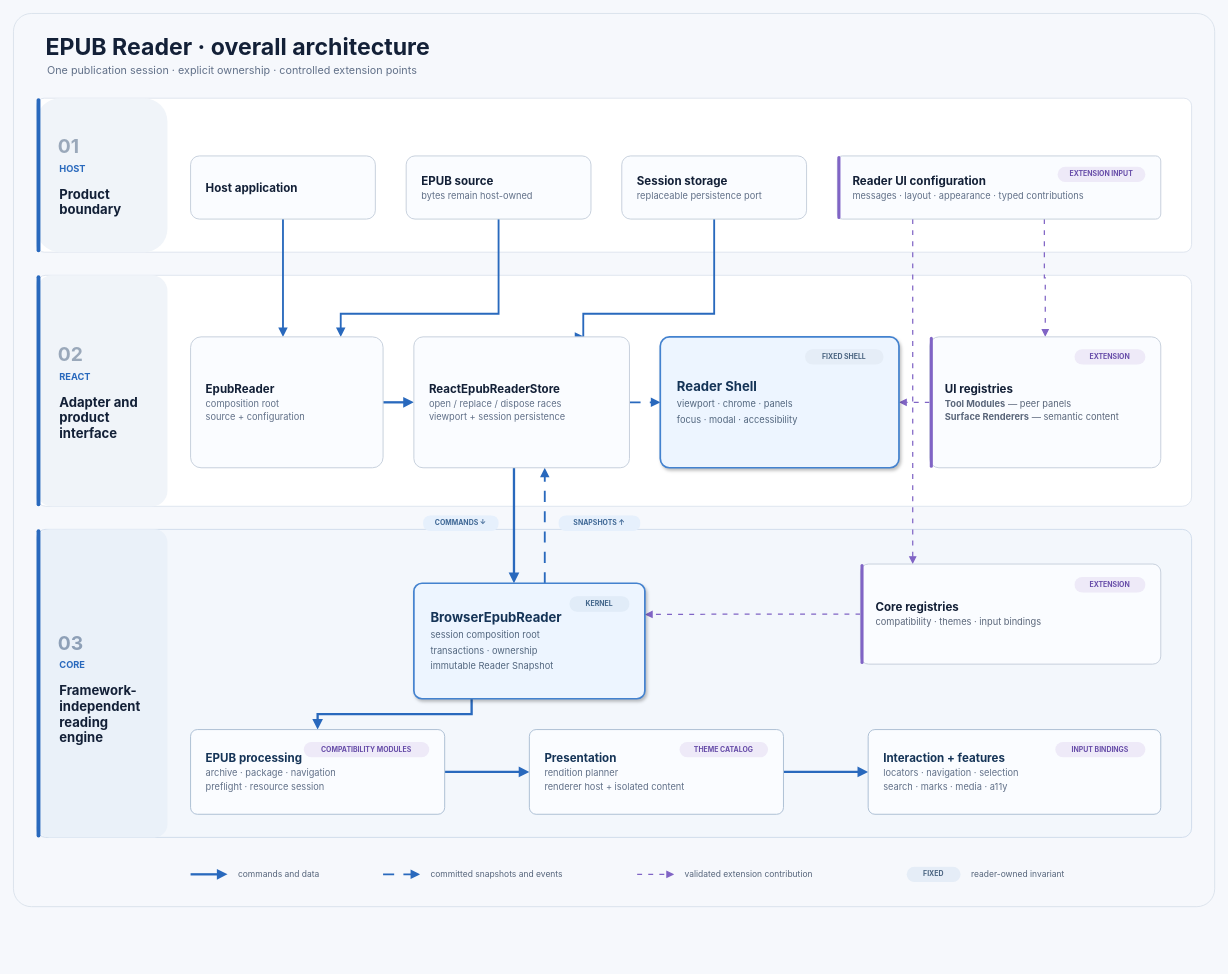
Earlier version of the draw.io diagram src/library/data-display/epub-reader/docs/diagrams/architecture-overview.drawio (Kobayashi2003/component). Source tidied: cells renumbered, new cells numbered last; positions are measured from the earlier drawing's top-left corner, leaving out a move shared by most shapes. Both pictures are drawn from the tidied source at 77%, with x=0, y=0 at pixel (13, 13).
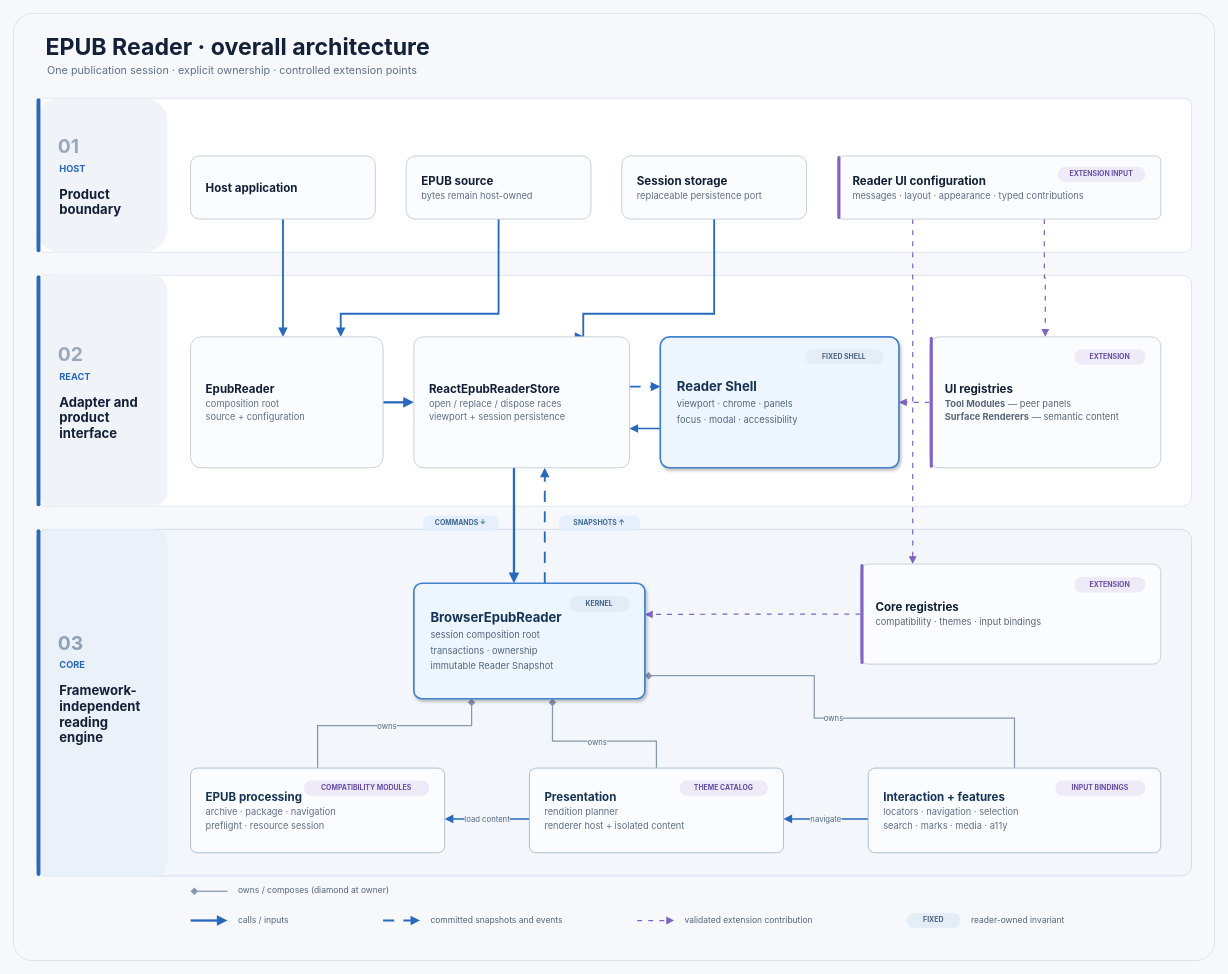
After the change.

Unchanged cells that the change refers to:
```xml
<mxCell id="44" value="&lt;div&gt;&lt;b&gt;ReactEpubReaderStore&lt;/b&gt;&lt;br&gt;&lt;font color=&quot;#617088&quot; style=&quot;font-size:12px&quot;&gt;open / replace / dispose races&lt;br&gt;viewport + session persistence&lt;/font&gt;&lt;/div&gt;" style="rounded=1;whiteSpace=wrap;html=1;arcSize=7;fillColor=#FAFCFF;strokeColor=#C4CEDB;strokeWidth=1.2;align=left;verticalAlign=middle;spacingLeft=18;fontFamily=Inter;fontSize=15;fontColor=#132037;" parent="1" vertex="1">
  <mxGeometry x="520" y="420" width="280" height="170" as="geometry" />
</mxCell>
<mxCell id="45" value="&lt;div&gt;&lt;b&gt;Reader Shell&lt;/b&gt;&lt;br&gt;&lt;font color=&quot;#53677F&quot; style=&quot;font-size:12px&quot;&gt;viewport · chrome · panels&lt;br&gt;focus · modal · accessibility&lt;/font&gt;&lt;/div&gt;" style="rounded=1;whiteSpace=wrap;html=1;arcSize=7;fillColor=#EDF5FF;strokeColor=#4382CF;strokeWidth=2.2;align=left;verticalAlign=middle;spacingLeft=20;fontFamily=Inter;fontSize=17;fontColor=#153457;shadow=1;" parent="1" vertex="1">
  <mxGeometry x="840" y="420" width="310" height="170" as="geometry" />
</mxCell>
<mxCell id="50" value="&lt;div&gt;&lt;b&gt;BrowserEpubReader&lt;/b&gt;&lt;br&gt;&lt;font color=&quot;#53677F&quot; style=&quot;font-size:12px&quot;&gt;session composition root&lt;br&gt;transactions · ownership&lt;br&gt;immutable Reader Snapshot&lt;/font&gt;&lt;/div&gt;" style="rounded=1;whiteSpace=wrap;html=1;arcSize=7;fillColor=#EDF5FF;strokeColor=#4382CF;strokeWidth=2.2;align=left;verticalAlign=middle;spacingLeft=20;fontFamily=Inter;fontSize=17;fontColor=#153457;shadow=1;" parent="1" vertex="1">
  <mxGeometry x="520" y="740" width="300" height="150" as="geometry" />
</mxCell>
```

The edit, as a diff of the source:
```diff
@@
     <mxCell id="2" style="rounded=1;whiteSpace=wrap;html=1;arcSize=2;fillColor=#F6F8FC;strokeColor=#D5DDE8;strokeWidth=1;" parent="1" vertex="1">
-      <mxGeometry width="1560" height="1160" as="geometry" />
+      <mxGeometry width="1560" height="1230" as="geometry" />
     </mxCell>
@@
     <mxCell id="17" style="rounded=1;whiteSpace=wrap;html=1;arcSize=3;fillColor=#F3F7FC;strokeColor=#C7D6E8;strokeWidth=1;" parent="1" vertex="1">
-      <mxGeometry x="30" y="670" width="1500" height="400" as="geometry" />
+      <mxGeometry x="30" y="670" width="1500" height="450" as="geometry" />
     </mxCell>
     <mxCell id="18" style="rounded=1;whiteSpace=wrap;html=1;arcSize=10;fillColor=#EAF1F9;strokeColor=none;" parent="1" vertex="1">
-      <mxGeometry x="30" y="670" width="170" height="400" as="geometry" />
+      <mxGeometry x="30" y="670" width="170" height="450" as="geometry" />
     </mxCell>
     <mxCell id="19" style="rounded=1;whiteSpace=wrap;html=1;arcSize=50;fillColor=#2969BD;strokeColor=none;" parent="1" vertex="1">
-      <mxGeometry x="30" y="670" width="5" height="400" as="geometry" />
+      <mxGeometry x="30" y="670" width="5" height="450" as="geometry" />
     </mxCell>
@@
-    <mxCell id="27" style="edgeStyle=orthogonalEdgeStyle;rounded=0;jettySize=auto;html=1;strokeColor=#2969BD;strokeWidth=2.4;dashed=1;dashPattern=6 5;endArrow=block;endFill=1;exitX=1;exitY=0.5;entryX=0;entryY=0.5;" parent="1" edge="1" source="44" target="45">
+    <mxCell id="27" style="edgeStyle=orthogonalEdgeStyle;rounded=0;jettySize=auto;html=1;strokeColor=#2969BD;strokeWidth=2.4;dashed=1;dashPattern=6 5;endArrow=block;endFill=1;exitX=1;exitY=0.38;entryX=0;entryY=0.38;" parent="1" edge="1" source="44" target="45">
       <mxGeometry relative="1" as="geometry" />
     </mxCell>
@@
-    <mxCell id="30" style="edgeStyle=orthogonalEdgeStyle;rounded=0;jettySize=auto;html=1;strokeColor=#2969BD;strokeWidth=3;endArrow=block;endFill=1;exitX=0.25;exitY=1;entryX=0.5;entryY=0;" parent="1" edge="1" source="50" target="57">
+    <mxCell id="30" value="owns" style="edgeStyle=orthogonalEdgeStyle;rounded=0;html=1;fontFamily=Inter;fontSize=10;fontColor=#53677F;labelBackgroundColor=#F3F7FC;strokeColor=#8796AA;strokeWidth=1.6;startArrow=diamond;startFill=1;endArrow=none;exitX=0.25;exitY=1;entryX=0.5;entryY=0;" parent="1" edge="1" source="50" target="57">
       <mxGeometry relative="1" as="geometry">
         <Array as="points">
-          <mxPoint x="595" y="910" />
-          <mxPoint x="395" y="910" />
+          <mxPoint x="595" y="925" />
+          <mxPoint x="395" y="925" />
         </Array>
       </mxGeometry>
     </mxCell>
-    <mxCell id="31" style="edgeStyle=orthogonalEdgeStyle;rounded=0;jettySize=auto;html=1;strokeColor=#2969BD;strokeWidth=3;endArrow=block;endFill=1;exitX=1;exitY=0.5;entryX=0;entryY=0.5;" parent="1" edge="1" source="57" target="59">
-      <mxGeometry relative="1" as="geometry" />
-    </mxCell>
-    <mxCell id="32" style="edgeStyle=orthogonalEdgeStyle;rounded=0;jettySize=auto;html=1;strokeColor=#2969BD;strokeWidth=3;endArrow=block;endFill=1;exitX=1;exitY=0.5;entryX=0;entryY=0.5;" parent="1" edge="1" source="59" target="61">
-      <mxGeometry relative="1" as="geometry" />
-    </mxCell>
+    <mxCell id="71" value="load content" style="edgeStyle=orthogonalEdgeStyle;rounded=0;html=1;fontFamily=Inter;fontSize=10;fontColor=#53677F;labelBackgroundColor=#F3F7FC;strokeColor=#2969BD;strokeWidth=2;endArrow=block;endFill=1;exitX=0;exitY=0.6;entryX=1;entryY=0.6;" parent="1" edge="1" source="59" target="57">
+      <mxGeometry relative="1" as="geometry" />
+    </mxCell>
+    <mxCell id="72" value="navigate" style="edgeStyle=orthogonalEdgeStyle;rounded=0;html=1;fontFamily=Inter;fontSize=10;fontColor=#53677F;labelBackgroundColor=#F3F7FC;strokeColor=#2969BD;strokeWidth=2;endArrow=block;endFill=1;exitX=0;exitY=0.6;entryX=1;entryY=0.6;" parent="1" edge="1" source="61" target="59">
+      <mxGeometry relative="1" as="geometry" />
+    </mxCell>
+    <mxCell id="73" style="edgeStyle=orthogonalEdgeStyle;rounded=0;html=1;fontFamily=Inter;fontSize=10;fontColor=#53677F;labelBackgroundColor=#F3F7FC;strokeColor=#2969BD;strokeWidth=2;endArrow=block;endFill=1;exitX=0;exitY=0.7;entryX=1;entryY=0.7;" parent="1" edge="1" source="45" target="44">
+      <mxGeometry relative="1" as="geometry" />
+    </mxCell>
+    <mxCell id="74" value="owns" style="edgeStyle=orthogonalEdgeStyle;rounded=0;html=1;fontFamily=Inter;fontSize=10;fontColor=#53677F;labelBackgroundColor=#F3F7FC;strokeColor=#8796AA;strokeWidth=1.6;startArrow=diamond;startFill=1;endArrow=none;exitX=0.6;exitY=1;entryX=0.5;entryY=0;" parent="1" edge="1" source="50" target="59">
+      <mxGeometry relative="1" as="geometry">
+        <Array as="points">
+          <mxPoint x="700" y="945" />
+          <mxPoint x="835" y="945" />
+        </Array>
+      </mxGeometry>
+    </mxCell>
+    <mxCell id="75" value="owns" style="edgeStyle=orthogonalEdgeStyle;rounded=0;html=1;fontFamily=Inter;fontSize=10;fontColor=#53677F;labelBackgroundColor=#F3F7FC;strokeColor=#8796AA;strokeWidth=1.6;startArrow=diamond;startFill=1;endArrow=none;exitX=1;exitY=0.8;entryX=0.5;entryY=0;" parent="1" edge="1" source="50" target="61">
+      <mxGeometry relative="1" as="geometry">
+        <Array as="points">
+          <mxPoint x="1040" y="860" />
+          <mxPoint x="1040" y="915" />
+          <mxPoint x="1300" y="915" />
+        </Array>
+      </mxGeometry>
+    </mxCell>
@@
     <mxCell id="57" value="&lt;div&gt;&lt;b&gt;EPUB processing&lt;/b&gt;&lt;br&gt;&lt;font color=&quot;#617088&quot; style=&quot;font-size:12px&quot;&gt;archive · package · navigation&lt;br&gt;preflight · resource session&lt;/font&gt;&lt;/div&gt;" style="rounded=1;whiteSpace=wrap;html=1;arcSize=8;fillColor=#FAFCFF;strokeColor=#A9BCD2;strokeWidth=1.2;align=left;verticalAlign=middle;spacingLeft=18;fontFamily=Inter;fontSize=15;fontColor=#153457;" parent="1" vertex="1">
-      <mxGeometry x="230" y="930" width="330" height="110" as="geometry" />
+      <mxGeometry x="230" y="980" width="330" height="110" as="geometry" />
     </mxCell>
     <mxCell id="58" value="COMPATIBILITY MODULES" style="rounded=1;whiteSpace=wrap;html=1;arcSize=50;fillColor=#EEEAF8;strokeColor=none;fontFamily=Inter;fontSize=9;fontStyle=1;fontColor=#664CA8;align=center;verticalAlign=middle;" parent="1" vertex="1">
-      <mxGeometry x="377" y="946" width="163" height="20" as="geometry" />
+      <mxGeometry x="377" y="996" width="163" height="20" as="geometry" />
     </mxCell>
     <mxCell id="59" value="&lt;div&gt;&lt;b&gt;Presentation&lt;/b&gt;&lt;br&gt;&lt;font color=&quot;#617088&quot; style=&quot;font-size:12px&quot;&gt;rendition planner&lt;br&gt;renderer host + isolated content&lt;/font&gt;&lt;/div&gt;" style="rounded=1;whiteSpace=wrap;html=1;arcSize=8;fillColor=#FAFCFF;strokeColor=#A9BCD2;strokeWidth=1.2;align=left;verticalAlign=middle;spacingLeft=18;fontFamily=Inter;fontSize=15;fontColor=#153457;" parent="1" vertex="1">
-      <mxGeometry x="670" y="930" width="330" height="110" as="geometry" />
+      <mxGeometry x="670" y="980" width="330" height="110" as="geometry" />
     </mxCell>
     <mxCell id="60" value="THEME CATALOG" style="rounded=1;whiteSpace=wrap;html=1;arcSize=50;fillColor=#EEEAF8;strokeColor=none;fontFamily=Inter;fontSize=9;fontStyle=1;fontColor=#664CA8;align=center;verticalAlign=middle;" parent="1" vertex="1">
-      <mxGeometry x="865" y="946" width="115" height="20" as="geometry" />
+      <mxGeometry x="865" y="996" width="115" height="20" as="geometry" />
     </mxCell>
     <mxCell id="61" value="&lt;div&gt;&lt;b&gt;Interaction + features&lt;/b&gt;&lt;br&gt;&lt;font color=&quot;#617088&quot; style=&quot;font-size:12px&quot;&gt;locators · navigation · selection&lt;br&gt;search · marks · media · a11y&lt;/font&gt;&lt;/div&gt;" style="rounded=1;whiteSpace=wrap;html=1;arcSize=8;fillColor=#FAFCFF;strokeColor=#A9BCD2;strokeWidth=1.2;align=left;verticalAlign=middle;spacingLeft=18;fontFamily=Inter;fontSize=15;fontColor=#153457;" parent="1" vertex="1">
-      <mxGeometry x="1110" y="930" width="380" height="110" as="geometry" />
+      <mxGeometry x="1110" y="980" width="380" height="110" as="geometry" />
     </mxCell>
     <mxCell id="62" value="INPUT BINDINGS" style="rounded=1;whiteSpace=wrap;html=1;arcSize=50;fillColor=#EEEAF8;strokeColor=none;fontFamily=Inter;fontSize=9;fontStyle=1;fontColor=#664CA8;align=center;verticalAlign=middle;" parent="1" vertex="1">
-      <mxGeometry x="1353" y="946" width="117" height="20" as="geometry" />
+      <mxGeometry x="1353" y="996" width="117" height="20" as="geometry" />
     </mxCell>
+    <mxCell id="76" style="strokeColor=#8796AA;strokeWidth=1.6;startArrow=diamond;startFill=1;endArrow=none;" parent="1" edge="1">
+      <mxGeometry relative="1" as="geometry">
+        <mxPoint x="230" y="1140" as="sourcePoint" />
+        <mxPoint x="278" y="1140" as="targetPoint" />
+      </mxGeometry>
+    </mxCell>
+    <mxCell id="77" value="owns / composes (diamond at owner)" style="text;html=1;strokeColor=none;fillColor=none;align=left;fontFamily=Inter;fontSize=11;fontColor=#56657B;" parent="1" vertex="1">
+      <mxGeometry x="290" y="1126" width="300" height="28" as="geometry" />
+    </mxCell>
     <mxCell id="63" style="endArrow=block;html=1;rounded=0;strokeColor=#2969BD;strokeWidth=3;" parent="1" edge="1">
       <mxGeometry relative="1" as="geometry">
-        <mxPoint x="230" y="1118" as="sourcePoint" />
-        <mxPoint x="278" y="1118" as="targetPoint" />
+        <mxPoint x="230" y="1178" as="sourcePoint" />
+        <mxPoint x="278" y="1178" as="targetPoint" />
       </mxGeometry>
     </mxCell>
-    <mxCell id="64" value="commands and data" style="text;html=1;strokeColor=none;fillColor=none;align=left;verticalAlign=middle;fontFamily=Inter;fontSize=11;fontColor=#56657B;" parent="1" vertex="1">
-      <mxGeometry x="290" y="1104" width="150" height="28" as="geometry" />
+    <mxCell id="64" value="calls / inputs" style="text;html=1;strokeColor=none;fillColor=none;align=left;verticalAlign=middle;fontFamily=Inter;fontSize=11;fontColor=#56657B;" parent="1" vertex="1">
+      <mxGeometry x="290" y="1164" width="150" height="28" as="geometry" />
     </mxCell>
     <mxCell id="65" style="endArrow=block;html=1;rounded=0;strokeColor=#2969BD;strokeWidth=2.4;dashed=1;dashPattern=6 5;" parent="1" edge="1">
       <mxGeometry relative="1" as="geometry">
-        <mxPoint x="480" y="1118" as="sourcePoint" />
-        <mxPoint x="528" y="1118" as="targetPoint" />
+        <mxPoint x="480" y="1178" as="sourcePoint" />
+        <mxPoint x="528" y="1178" as="targetPoint" />
       </mxGeometry>
     </mxCell>
     <mxCell id="66" value="committed snapshots and events" style="text;html=1;strokeColor=none;fillColor=none;align=left;verticalAlign=middle;fontFamily=Inter;fontSize=11;fontColor=#56657B;" parent="1" vertex="1">
-      <mxGeometry x="540" y="1104" width="220" height="28" as="geometry" />
+      <mxGeometry x="540" y="1164" width="220" height="28" as="geometry" />
     </mxCell>
     <mxCell id="67" style="endArrow=block;html=1;rounded=0;strokeColor=#8064C5;strokeWidth=1.6;dashed=1;dashPattern=4 5;" parent="1" edge="1">
       <mxGeometry relative="1" as="geometry">
-        <mxPoint x="810" y="1118" as="sourcePoint" />
-        <mxPoint x="858" y="1118" as="targetPoint" />
+        <mxPoint x="810" y="1178" as="sourcePoint" />
+        <mxPoint x="858" y="1178" as="targetPoint" />
       </mxGeometry>
     </mxCell>
     <mxCell id="68" value="validated extension contribution" style="text;html=1;strokeColor=none;fillColor=none;align=left;verticalAlign=middle;fontFamily=Inter;fontSize=11;fontColor=#56657B;" parent="1" vertex="1">
-      <mxGeometry x="870" y="1104" width="220" height="28" as="geometry" />
+      <mxGeometry x="870" y="1164" width="220" height="28" as="geometry" />
     </mxCell>
     <mxCell id="69" value="FIXED" style="rounded=1;whiteSpace=wrap;html=1;arcSize=50;fillColor=#E5EDF7;strokeColor=none;fontFamily=Inter;fontSize=9;fontStyle=1;fontColor=#49637F;align=center;verticalAlign=middle;" parent="1" vertex="1">
-      <mxGeometry x="1160" y="1108" width="70" height="20" as="geometry" />
+      <mxGeometry x="1160" y="1168" width="70" height="20" as="geometry" />
     </mxCell>
     <mxCell id="70" value="reader-owned invariant" style="text;html=1;strokeColor=none;fillColor=none;align=left;verticalAlign=middle;fontFamily=Inter;fontSize=11;fontColor=#56657B;" parent="1" vertex="1">
-      <mxGeometry x="1242" y="1104" width="190" height="28" as="geometry" />
+      <mxGeometry x="1242" y="1164" width="190" height="28" as="geometry" />
     </mxCell>
```
